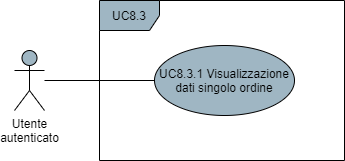
The draw.io diagram DocumentazioneEsterna/AnalisiDeiRequisiti/res/UseCase/Immagini/VisualizzazioneOrdini.png in Omicron-Team/Documentazione, before a commit. Source tidied: cells renumbered, new cells last; positions are measured from the earlier drawing's top-left corner, leaving out a move shared by most shapes.
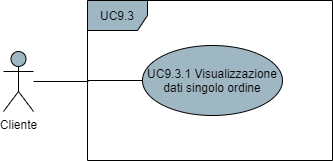
Later version of the same file.

Change to the diagram source:
```diff
@@ -5,13 +5,13 @@
     <mxCell id="2" style="edgeStyle=orthogonalEdgeStyle;rounded=0;jettySize=auto;html=1;endArrow=none;endFill=0;" parent="1" edge="1" source="3" target="5">
       <mxGeometry relative="1" as="geometry" />
     </mxCell>
-    <mxCell id="3" value="Utente&lt;br&gt;autenticato" style="shape=umlActor;verticalLabelPosition=bottom;verticalAlign=top;html=1;fillColor=#9FB6C3;" parent="1" vertex="1">
-      <mxGeometry y="50" width="30" height="60" as="geometry" />
+    <mxCell id="3" value="Cliente" style="shape=umlActor;verticalLabelPosition=bottom;verticalAlign=top;html=1;fillColor=#9FB6C3;" parent="1" vertex="1">
+      <mxGeometry x="1" y="51" width="30" height="60" as="geometry" />
     </mxCell>
-    <mxCell id="4" value="UC8.3" style="shape=umlFrame;whiteSpace=wrap;html=1;fillColor=#9FB6C3;" parent="1" vertex="1">
+    <mxCell id="4" value="UC9.3" style="shape=umlFrame;whiteSpace=wrap;html=1;fillColor=#9FB6C3;" parent="1" vertex="1">
       <mxGeometry x="85" width="245" height="160" as="geometry" />
     </mxCell>
-    <mxCell id="5" value="UC8.3.1 Visualizzazione dati singolo ordine" style="ellipse;whiteSpace=wrap;html=1;fillColor=#9FB6C3;" parent="1" vertex="1">
+    <mxCell id="5" value="UC9.3.1 Visualizzazione dati singolo ordine" style="ellipse;whiteSpace=wrap;html=1;fillColor=#9FB6C3;" parent="1" vertex="1">
       <mxGeometry x="140" y="45" width="140" height="70" as="geometry" />
     </mxCell>
   </root>
```
